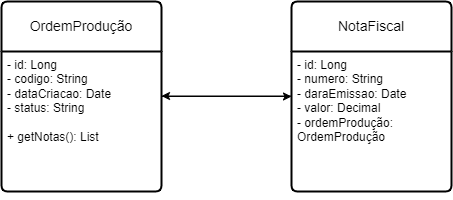
Earlier version of the draw.io export UML OP.drawio.png (MoizesJr/rastreabilidadeOP). Source tidied: cells renumbered, new cells last; positions are measured from the earlier drawing's top-left corner, leaving out a move shared by most shapes. The source it was exported from:
```xml
<mxGraphModel>
  <root>
    <mxCell id="0" />
    <mxCell id="1" parent="0" />
    <mxCell id="2" style="edgeStyle=none;html=1;entryX=0;entryY=0.5;entryDx=0;entryDy=0;" parent="1" edge="1" source="3" target="6">
      <mxGeometry relative="1" as="geometry" />
    </mxCell>
    <mxCell id="3" value="OrdemProdução" style="swimlane;horizontal=1;startSize=50;rounded=1;fontSize=14;fontStyle=0;strokeWidth=2;shadow=0;dashed=0;align=center;arcSize=4;whiteSpace=wrap;html=1;" parent="1" vertex="1">
      <mxGeometry width="160" height="190" as="geometry" />
    </mxCell>
    <mxCell id="4" value="- id: Long&lt;div&gt;- codigo: String&lt;/div&gt;&lt;div&gt;- dataCriacao: Date&lt;/div&gt;&lt;div&gt;- status: String&lt;/div&gt;&lt;div&gt;&lt;br&gt;&lt;/div&gt;&lt;div&gt;+ getNotas(): List&lt;/div&gt;" style="align=left;strokeColor=none;fillColor=none;spacingLeft=4;spacingRight=4;fontSize=12;verticalAlign=top;html=1;whiteSpace=wrap;" parent="3" vertex="1">
      <mxGeometry y="50" width="160" height="140" as="geometry" />
    </mxCell>
    <mxCell id="5" style="edgeStyle=orthogonalEdgeStyle;rounded=0;orthogonalLoop=1;jettySize=auto;html=1;exitX=0.5;exitY=1;exitDx=0;exitDy=0;" parent="3" edge="1" source="4" target="4">
      <mxGeometry relative="1" as="geometry" />
    </mxCell>
    <mxCell id="6" value="NotaFiscal" style="swimlane;horizontal=1;startSize=50;rounded=1;fontSize=14;fontStyle=0;strokeWidth=2;shadow=0;dashed=0;align=center;arcSize=4;whiteSpace=wrap;html=1;" parent="1" vertex="1">
      <mxGeometry x="290" width="160" height="190" as="geometry" />
    </mxCell>
    <mxCell id="7" value="- id: Long&lt;div&gt;- numero: String&lt;/div&gt;&lt;div&gt;- daraEmissao: Date&lt;/div&gt;&lt;div&gt;- valor: Decimal&lt;/div&gt;&lt;div&gt;- ordemProdução: OrdemProdução&lt;/div&gt;" style="align=left;strokeColor=none;fillColor=none;spacingLeft=4;spacingRight=4;fontSize=12;verticalAlign=top;html=1;whiteSpace=wrap;" parent="6" vertex="1">
      <mxGeometry y="50" width="160" height="140" as="geometry" />
    </mxCell>
    <mxCell id="8" style="edgeStyle=orthogonalEdgeStyle;rounded=0;orthogonalLoop=1;jettySize=auto;html=1;exitX=0.5;exitY=1;exitDx=0;exitDy=0;" parent="6" edge="1" source="7" target="7">
      <mxGeometry relative="1" as="geometry" />
    </mxCell>
    <mxCell id="9" style="edgeStyle=none;html=1;entryX=1;entryY=0.5;entryDx=0;entryDy=0;" parent="1" edge="1">
      <mxGeometry relative="1" as="geometry">
        <mxPoint x="290" y="94.5" as="sourcePoint" />
        <mxPoint x="160" y="94.5" as="targetPoint" />
      </mxGeometry>
    </mxCell>
  </root>
</mxGraphModel>
```
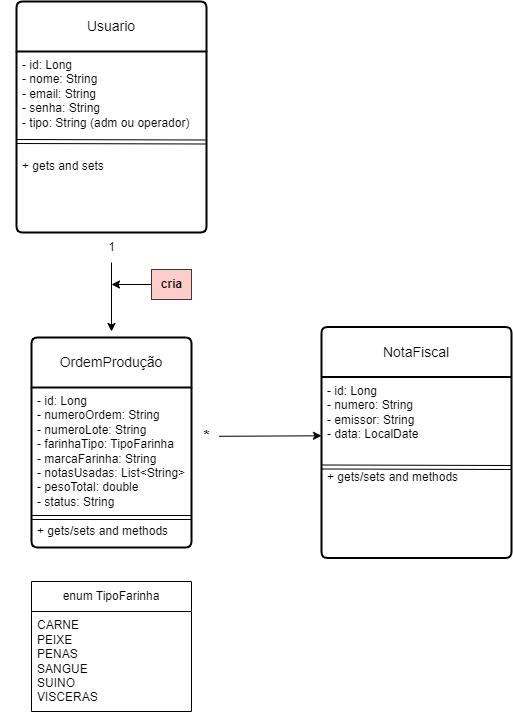
After the change.

Commit message:
Correção basica UML e localhost3307

The edit, as a diff of the source:
```diff
@@ -2,32 +2,99 @@
   <root>
     <mxCell id="0" />
     <mxCell id="1" parent="0" />
-    <mxCell id="2" style="edgeStyle=none;html=1;entryX=0;entryY=0.5;entryDx=0;entryDy=0;" parent="1" edge="1" source="3" target="6">
-      <mxGeometry relative="1" as="geometry" />
-    </mxCell>
     <mxCell id="3" value="OrdemProdução" style="swimlane;horizontal=1;startSize=50;rounded=1;fontSize=14;fontStyle=0;strokeWidth=2;shadow=0;dashed=0;align=center;arcSize=4;whiteSpace=wrap;html=1;" parent="1" vertex="1">
-      <mxGeometry width="160" height="190" as="geometry" />
+      <mxGeometry x="50" y="316" width="160" height="210" as="geometry" />
     </mxCell>
-    <mxCell id="4" value="- id: Long&lt;div&gt;- codigo: String&lt;/div&gt;&lt;div&gt;- dataCriacao: Date&lt;/div&gt;&lt;div&gt;- status: String&lt;/div&gt;&lt;div&gt;&lt;br&gt;&lt;/div&gt;&lt;div&gt;+ getNotas(): List&lt;/div&gt;" style="align=left;strokeColor=none;fillColor=none;spacingLeft=4;spacingRight=4;fontSize=12;verticalAlign=top;html=1;whiteSpace=wrap;" parent="3" vertex="1">
-      <mxGeometry y="50" width="160" height="140" as="geometry" />
+    <mxCell id="4" value="- id: Long&lt;div&gt;&lt;font color=&quot;#000000&quot;&gt;- numeroOrdem: String&lt;/font&gt;&lt;/div&gt;&lt;div&gt;&lt;font color=&quot;#000000&quot;&gt;- numeroLote: String&lt;/font&gt;&lt;/div&gt;&lt;div&gt;&lt;font color=&quot;#000000&quot;&gt;- farinhaTipo: TipoFarinha&lt;/font&gt;&lt;/div&gt;&lt;div&gt;&lt;font color=&quot;#000000&quot;&gt;- marcaFarinha: String&lt;/font&gt;&lt;/div&gt;&lt;div&gt;&lt;div&gt;- notasUsadas: List&amp;lt;String&amp;gt;&lt;/div&gt;&lt;div&gt;- pesoTotal: double&lt;/div&gt;&lt;div&gt;- status: String&lt;span style=&quot;white-space: pre;&quot;&gt;&#9;&lt;/span&gt;&lt;/div&gt;&lt;div&gt;&lt;br&gt;&lt;/div&gt;&lt;div&gt;&lt;span style=&quot;background-color: transparent;&quot;&gt;+ gets/&lt;/span&gt;&lt;span style=&quot;background-color: transparent;&quot;&gt;sets and methods&amp;nbsp;&lt;/span&gt;&lt;/div&gt;&lt;/div&gt;" style="align=left;strokeColor=none;fillColor=none;spacingLeft=4;spacingRight=4;fontSize=12;verticalAlign=top;html=1;whiteSpace=wrap;" parent="3" vertex="1">
+      <mxGeometry y="50" width="160" height="160" as="geometry" />
     </mxCell>
     <mxCell id="5" style="edgeStyle=orthogonalEdgeStyle;rounded=0;orthogonalLoop=1;jettySize=auto;html=1;exitX=0.5;exitY=1;exitDx=0;exitDy=0;" parent="3" edge="1" source="4" target="4">
       <mxGeometry relative="1" as="geometry" />
     </mxCell>
+    <mxCell id="10" style="shape=link;html=1;" parent="3" edge="1" target="4">
+      <mxGeometry relative="1" as="geometry">
+        <mxPoint y="180" as="sourcePoint" />
+      </mxGeometry>
+    </mxCell>
+    <mxCell id="11" style="shape=link;html=1;strokeColor=#000000;" parent="3" edge="1">
+      <mxGeometry relative="1" as="geometry">
+        <mxPoint y="180" as="sourcePoint" />
+        <mxPoint x="160" y="180" as="targetPoint" />
+      </mxGeometry>
+    </mxCell>
+    <mxCell id="12" value="Usuario" style="swimlane;horizontal=1;startSize=50;rounded=1;fontSize=14;fontStyle=0;strokeWidth=2;shadow=0;dashed=0;align=center;arcSize=4;whiteSpace=wrap;html=1;" parent="1" vertex="1">
+      <mxGeometry x="35" y="-20" width="190" height="231" as="geometry" />
+    </mxCell>
+    <mxCell id="13" value="- id: Long&lt;div&gt;- nome: String&lt;/div&gt;&lt;div&gt;- email: String&lt;/div&gt;&lt;div&gt;- senha: String&lt;/div&gt;&lt;div&gt;- tipo: String (adm ou operador)&lt;/div&gt;&lt;div&gt;&lt;br&gt;&lt;/div&gt;&lt;div&gt;&lt;br&gt;&lt;/div&gt;&lt;div&gt;+ gets and sets&lt;/div&gt;" style="align=left;strokeColor=none;fillColor=none;spacingLeft=4;spacingRight=4;fontSize=12;verticalAlign=top;html=1;whiteSpace=wrap;" parent="12" vertex="1">
+      <mxGeometry y="50" width="190" height="181" as="geometry" />
+    </mxCell>
+    <mxCell id="14" style="edgeStyle=orthogonalEdgeStyle;rounded=0;orthogonalLoop=1;jettySize=auto;html=1;exitX=0.5;exitY=1;exitDx=0;exitDy=0;" parent="12" edge="1" source="13" target="13">
+      <mxGeometry relative="1" as="geometry" />
+    </mxCell>
+    <mxCell id="15" style="shape=link;html=1;" parent="12" edge="1" target="13">
+      <mxGeometry relative="1" as="geometry">
+        <mxPoint y="180" as="sourcePoint" />
+      </mxGeometry>
+    </mxCell>
+    <mxCell id="16" style="shape=link;html=1;entryX=1;entryY=0.5;entryDx=0;entryDy=0;" parent="12" edge="1" target="13">
+      <mxGeometry relative="1" as="geometry">
+        <mxPoint y="140" as="sourcePoint" />
+      </mxGeometry>
+    </mxCell>
+    <mxCell id="17" style="edgeStyle=none;html=1;" parent="1" edge="1" source="18">
+      <mxGeometry relative="1" as="geometry">
+        <mxPoint x="130" y="263" as="targetPoint" />
+      </mxGeometry>
+    </mxCell>
+    <mxCell id="18" value="&lt;b&gt;cria&lt;/b&gt;" style="text;html=1;align=center;verticalAlign=middle;points=[];strokeColor=#36393d;fillColor=#ffcccc;" parent="1" vertex="1">
+      <mxGeometry x="170" y="248" width="40" height="30" as="geometry" />
+    </mxCell>
+    <mxCell id="19" style="edgeStyle=none;html=1;" parent="1" edge="1" source="21">
+      <mxGeometry relative="1" as="geometry">
+        <mxPoint x="130" y="310" as="targetPoint" />
+      </mxGeometry>
+    </mxCell>
+    <mxCell id="20" style="edgeStyle=none;html=1;" parent="1" edge="1" source="13" target="21">
+      <mxGeometry relative="1" as="geometry" />
+    </mxCell>
+    <mxCell id="21" value="1" style="text;html=1;align=center;verticalAlign=middle;points=[];strokeColor=none;fillColor=none;" parent="1" vertex="1">
+      <mxGeometry x="115" y="211" width="30" height="30" as="geometry" />
+    </mxCell>
     <mxCell id="6" value="NotaFiscal" style="swimlane;horizontal=1;startSize=50;rounded=1;fontSize=14;fontStyle=0;strokeWidth=2;shadow=0;dashed=0;align=center;arcSize=4;whiteSpace=wrap;html=1;" parent="1" vertex="1">
-      <mxGeometry x="290" width="160" height="190" as="geometry" />
+      <mxGeometry x="340" y="305.5" width="190" height="231" as="geometry" />
     </mxCell>
-    <mxCell id="7" value="- id: Long&lt;div&gt;- numero: String&lt;/div&gt;&lt;div&gt;- daraEmissao: Date&lt;/div&gt;&lt;div&gt;- valor: Decimal&lt;/div&gt;&lt;div&gt;- ordemProdução: OrdemProdução&lt;/div&gt;" style="align=left;strokeColor=none;fillColor=none;spacingLeft=4;spacingRight=4;fontSize=12;verticalAlign=top;html=1;whiteSpace=wrap;" parent="6" vertex="1">
-      <mxGeometry y="50" width="160" height="140" as="geometry" />
-    </mxCell>
-    <mxCell id="8" style="edgeStyle=orthogonalEdgeStyle;rounded=0;orthogonalLoop=1;jettySize=auto;html=1;exitX=0.5;exitY=1;exitDx=0;exitDy=0;" parent="6" edge="1" source="7" target="7">
-      <mxGeometry relative="1" as="geometry" />
-    </mxCell>
-    <mxCell id="9" style="edgeStyle=none;html=1;entryX=1;entryY=0.5;entryDx=0;entryDy=0;" parent="1" edge="1">
-      <mxGeometry relative="1" as="geometry">
-        <mxPoint x="290" y="94.5" as="sourcePoint" />
-        <mxPoint x="160" y="94.5" as="targetPoint" />
-      </mxGeometry>
-    </mxCell>
+    <mxCell id="22" value="- id: Long&lt;div&gt;- numero: String&lt;/div&gt;&lt;div&gt;- emissor: String&lt;/div&gt;&lt;div&gt;&lt;span style=&quot;background-color: transparent;&quot;&gt;- data: LocalDate&lt;/span&gt;&lt;/div&gt;&lt;div&gt;&lt;br&gt;&lt;/div&gt;&lt;div&gt;&lt;br&gt;&lt;/div&gt;&lt;div&gt;+ gets/sets and methods&lt;/div&gt;" style="align=left;strokeColor=none;fillColor=none;spacingLeft=4;spacingRight=4;fontSize=12;verticalAlign=top;html=1;whiteSpace=wrap;" parent="6" vertex="1">
+      <mxGeometry y="50" width="190" height="181" as="geometry" />
+    </mxCell>
+    <mxCell id="23" style="edgeStyle=orthogonalEdgeStyle;rounded=0;orthogonalLoop=1;jettySize=auto;html=1;exitX=0.5;exitY=1;exitDx=0;exitDy=0;" parent="6" edge="1" source="22" target="22">
+      <mxGeometry relative="1" as="geometry" />
+    </mxCell>
+    <mxCell id="24" style="shape=link;html=1;" parent="6" edge="1" target="22">
+      <mxGeometry relative="1" as="geometry">
+        <mxPoint y="180" as="sourcePoint" />
+      </mxGeometry>
+    </mxCell>
+    <mxCell id="25" style="shape=link;html=1;entryX=1;entryY=0.5;entryDx=0;entryDy=0;" parent="6" edge="1" target="22">
+      <mxGeometry relative="1" as="geometry">
+        <mxPoint y="140" as="sourcePoint" />
+      </mxGeometry>
+    </mxCell>
+    <mxCell id="26" style="edgeStyle=none;html=1;exitX=0.918;exitY=0.493;exitDx=0;exitDy=0;exitPerimeter=0;" parent="1" edge="1" source="28">
+      <mxGeometry relative="1" as="geometry">
+        <mxPoint x="340" y="414.3" as="targetPoint" />
+      </mxGeometry>
+    </mxCell>
+    <mxCell id="27" style="edgeStyle=none;html=1;exitX=1;exitY=0.25;exitDx=0;exitDy=0;" parent="1" edge="1" source="4" target="28">
+      <mxGeometry relative="1" as="geometry" />
+    </mxCell>
+    <mxCell id="28" value="&lt;font style=&quot;font-size: 16px;&quot;&gt;&lt;b&gt;*&lt;/b&gt;&lt;/font&gt;" style="text;html=1;align=center;verticalAlign=middle;points=[];strokeColor=none;fillColor=none;" parent="1" vertex="1">
+      <mxGeometry x="210" y="400" width="30" height="30" as="geometry" />
+    </mxCell>
+    <mxCell id="29" value="enum TipoFarinha" style="swimlane;fontStyle=0;horizontal=1;startSize=30;whiteSpace=wrap;html=1;" parent="1" vertex="1">
+      <mxGeometry x="50" y="560" width="160" height="130" as="geometry" />
+    </mxCell>
+    <mxCell id="30" value="CARNE&lt;div&gt;PEIXE&lt;/div&gt;&lt;div&gt;PENAS&lt;/div&gt;&lt;div&gt;SANGUE&lt;/div&gt;&lt;div&gt;SUINO&lt;/div&gt;&lt;div&gt;VISCERAS&lt;/div&gt;" style="text;strokeColor=none;fillColor=none;align=left;verticalAlign=middle;spacingLeft=4;spacingRight=4;overflow=hidden;whiteSpace=wrap;html=1;" parent="29" vertex="1">
+      <mxGeometry y="30" width="160" height="100" as="geometry" />
+    </mxCell>
   </root>
 </mxGraphModel>
```
